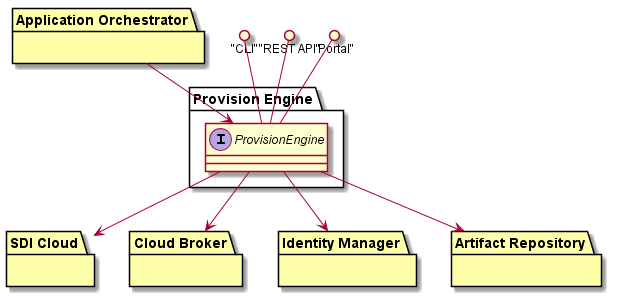
Above: docs/Solution/ProvisionEngine/Logical.png in CAADE/C3 (PlantUML), before the change.
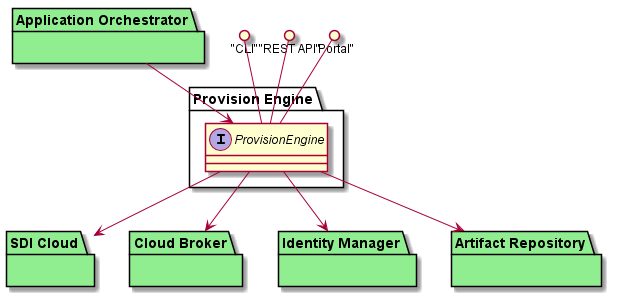
After the change.

Change to the diagram source:
```diff
@@ -1,10 +1,10 @@
 @startuml
 
-package "Application Orchestrator" #ffffaa {}
-package "SDI Cloud" #ffffaa {}
-package "Cloud Broker" #ffffaa {}
-package "Identity Manager" #ffffaa {}
-package "Artifact Repository" #ffffaa {}
+package "Application Orchestrator" #lightgreen {}
+package "SDI Cloud" #lightgreen {}
+package "Cloud Broker" #lightgreen {}
+package "Identity Manager" #lightgreen {}
+package "Artifact Repository" #lightgreen {}
 
 package "Provision Engine" {
   interface "ProvisionEngine" {
```
